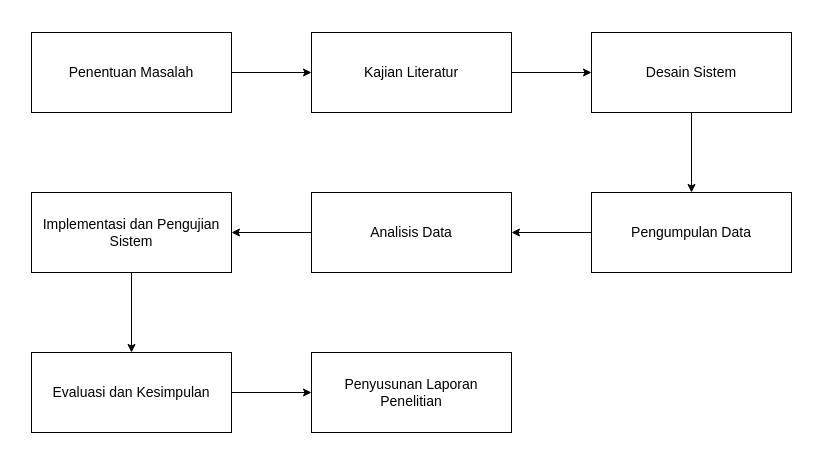
Above: page "Page-1" (1 of 2) of Diagram Alir MPTI.drawio in irwanmaulana42/google-collab (draw.io), before the change. Source tidied: cells renumbered, new cells numbered last; positions are measured from the earlier drawing's top-left corner, leaving out a move shared by most shapes. Both pictures are drawn from the tidied source at 100%, with x=0, y=0 at pixel (31, 32).
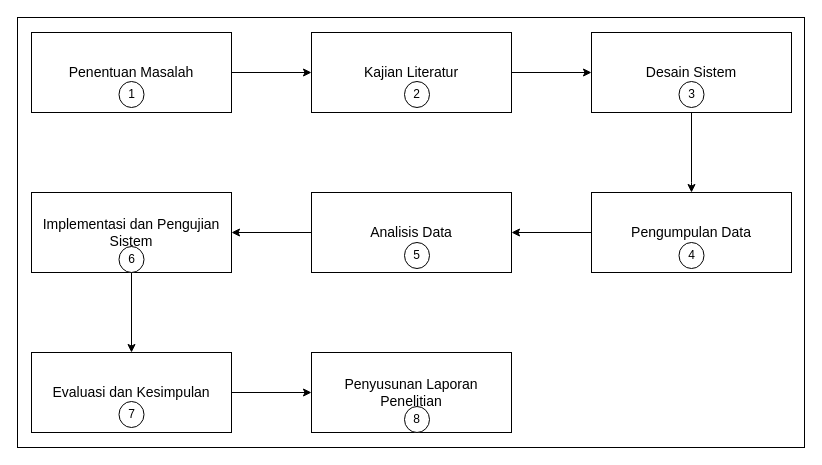
The same diagram, later.

The edit, as a diff of the source:
```diff
@@
+    <mxCell id="17" value="1" style="ellipse;whiteSpace=wrap;html=1;" parent="1" vertex="1">
+      <mxGeometry x="87.5" y="49" width="25" height="26" as="geometry" />
+    </mxCell>
+    <mxCell id="18" value="2" style="ellipse;whiteSpace=wrap;html=1;" parent="1" vertex="1">
+      <mxGeometry x="373" y="49" width="25" height="26" as="geometry" />
+    </mxCell>
+    <mxCell id="19" value="3" style="ellipse;whiteSpace=wrap;html=1;" parent="1" vertex="1">
+      <mxGeometry x="647.5" y="49" width="25" height="26" as="geometry" />
+    </mxCell>
+    <mxCell id="20" value="4" style="ellipse;whiteSpace=wrap;html=1;" parent="1" vertex="1">
+      <mxGeometry x="647.5" y="210" width="25" height="26" as="geometry" />
+    </mxCell>
+    <mxCell id="21" value="5" style="ellipse;whiteSpace=wrap;html=1;" parent="1" vertex="1">
+      <mxGeometry x="373" y="210" width="25" height="26" as="geometry" />
+    </mxCell>
+    <mxCell id="22" value="6" style="ellipse;whiteSpace=wrap;html=1;" parent="1" vertex="1">
+      <mxGeometry x="87.5" y="214" width="25" height="26" as="geometry" />
+    </mxCell>
+    <mxCell id="23" value="7" style="ellipse;whiteSpace=wrap;html=1;" parent="1" vertex="1">
+      <mxGeometry x="87.5" y="369" width="25" height="26" as="geometry" />
+    </mxCell>
+    <mxCell id="24" value="8" style="ellipse;whiteSpace=wrap;html=1;" parent="1" vertex="1">
+      <mxGeometry x="373" y="374" width="25" height="26" as="geometry" />
+    </mxCell>
+    <mxCell id="25" style="rounded=0;whiteSpace=wrap;html=1;fillColor=none;" parent="1" vertex="1">
+      <mxGeometry x="-14" y="-15" width="787" height="430" as="geometry" />
+    </mxCell>
```
